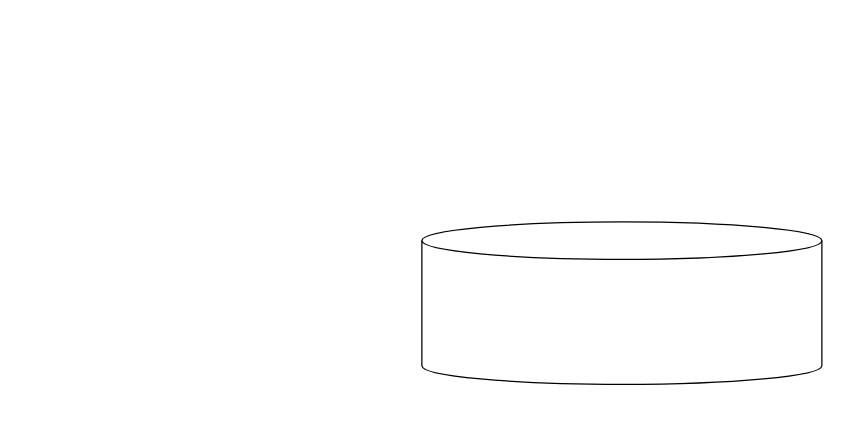
moviedbteam/movieapp keeps this draw.io diagram as movieappmy.drawio. Above is the earlier version. Source tidied: cells renumbered, new cells numbered last; positions are measured from the earlier drawing's top-left corner, leaving out a move shared by most shapes. Both pictures are drawn from the tidied source at 125%, with x=0, y=0 at pixel (421, 221).
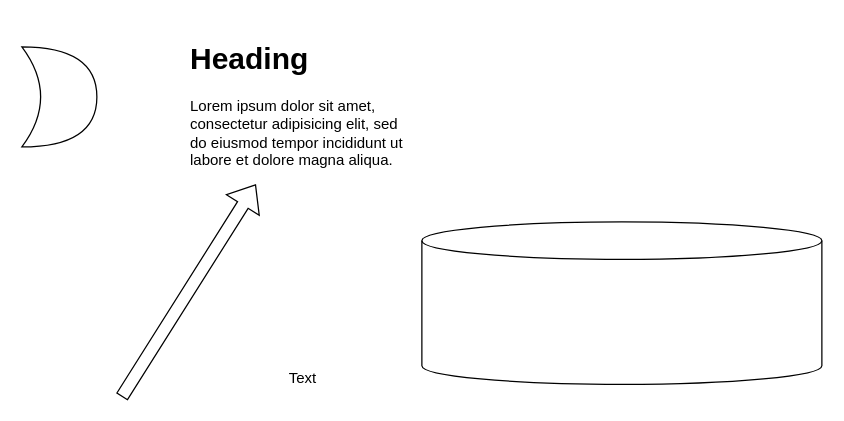
The same diagram, later.

What changed in the source:
```diff
@@
 <mxGraphModel>
   <root>
     <mxCell id="0" />
     <mxCell id="1" parent="0" />
     <mxCell id="2" style="shape=cylinder3;whiteSpace=wrap;html=1;boundedLbl=1;backgroundOutline=1;size=15;" parent="1" vertex="1">
       <mxGeometry width="320" height="130" as="geometry" />
     </mxCell>
+    <mxCell id="3" style="shape=xor;whiteSpace=wrap;html=1;" parent="1" vertex="1">
+      <mxGeometry x="-320" y="-140" width="60" height="80" as="geometry" />
+    </mxCell>
+    <mxCell id="4" style="shape=flexArrow;endArrow=classic;html=1;rounded=0;" parent="1" edge="1" target="5">
+      <mxGeometry relative="1" as="geometry">
+        <mxPoint x="-240" y="140" as="sourcePoint" />
+      </mxGeometry>
+    </mxCell>
+    <mxCell id="5" value="&lt;h1&gt;Heading&lt;/h1&gt;&lt;p&gt;Lorem ipsum dolor sit amet, consectetur adipisicing elit, sed do eiusmod tempor incididunt ut labore et dolore magna aliqua.&lt;/p&gt;" style="text;html=1;strokeColor=none;fillColor=none;spacing=5;spacingTop=-20;whiteSpace=wrap;overflow=hidden;rounded=0;" parent="1" vertex="1">
+      <mxGeometry x="-190" y="-150" width="190" height="120" as="geometry" />
+    </mxCell>
+    <mxCell id="6" value="Text" style="text;html=1;strokeColor=none;fillColor=none;align=center;verticalAlign=middle;whiteSpace=wrap;rounded=0;" parent="1" vertex="1">
+      <mxGeometry x="-125" y="110" width="60" height="30" as="geometry" />
+    </mxCell>
   </root>
 </mxGraphModel>
```
